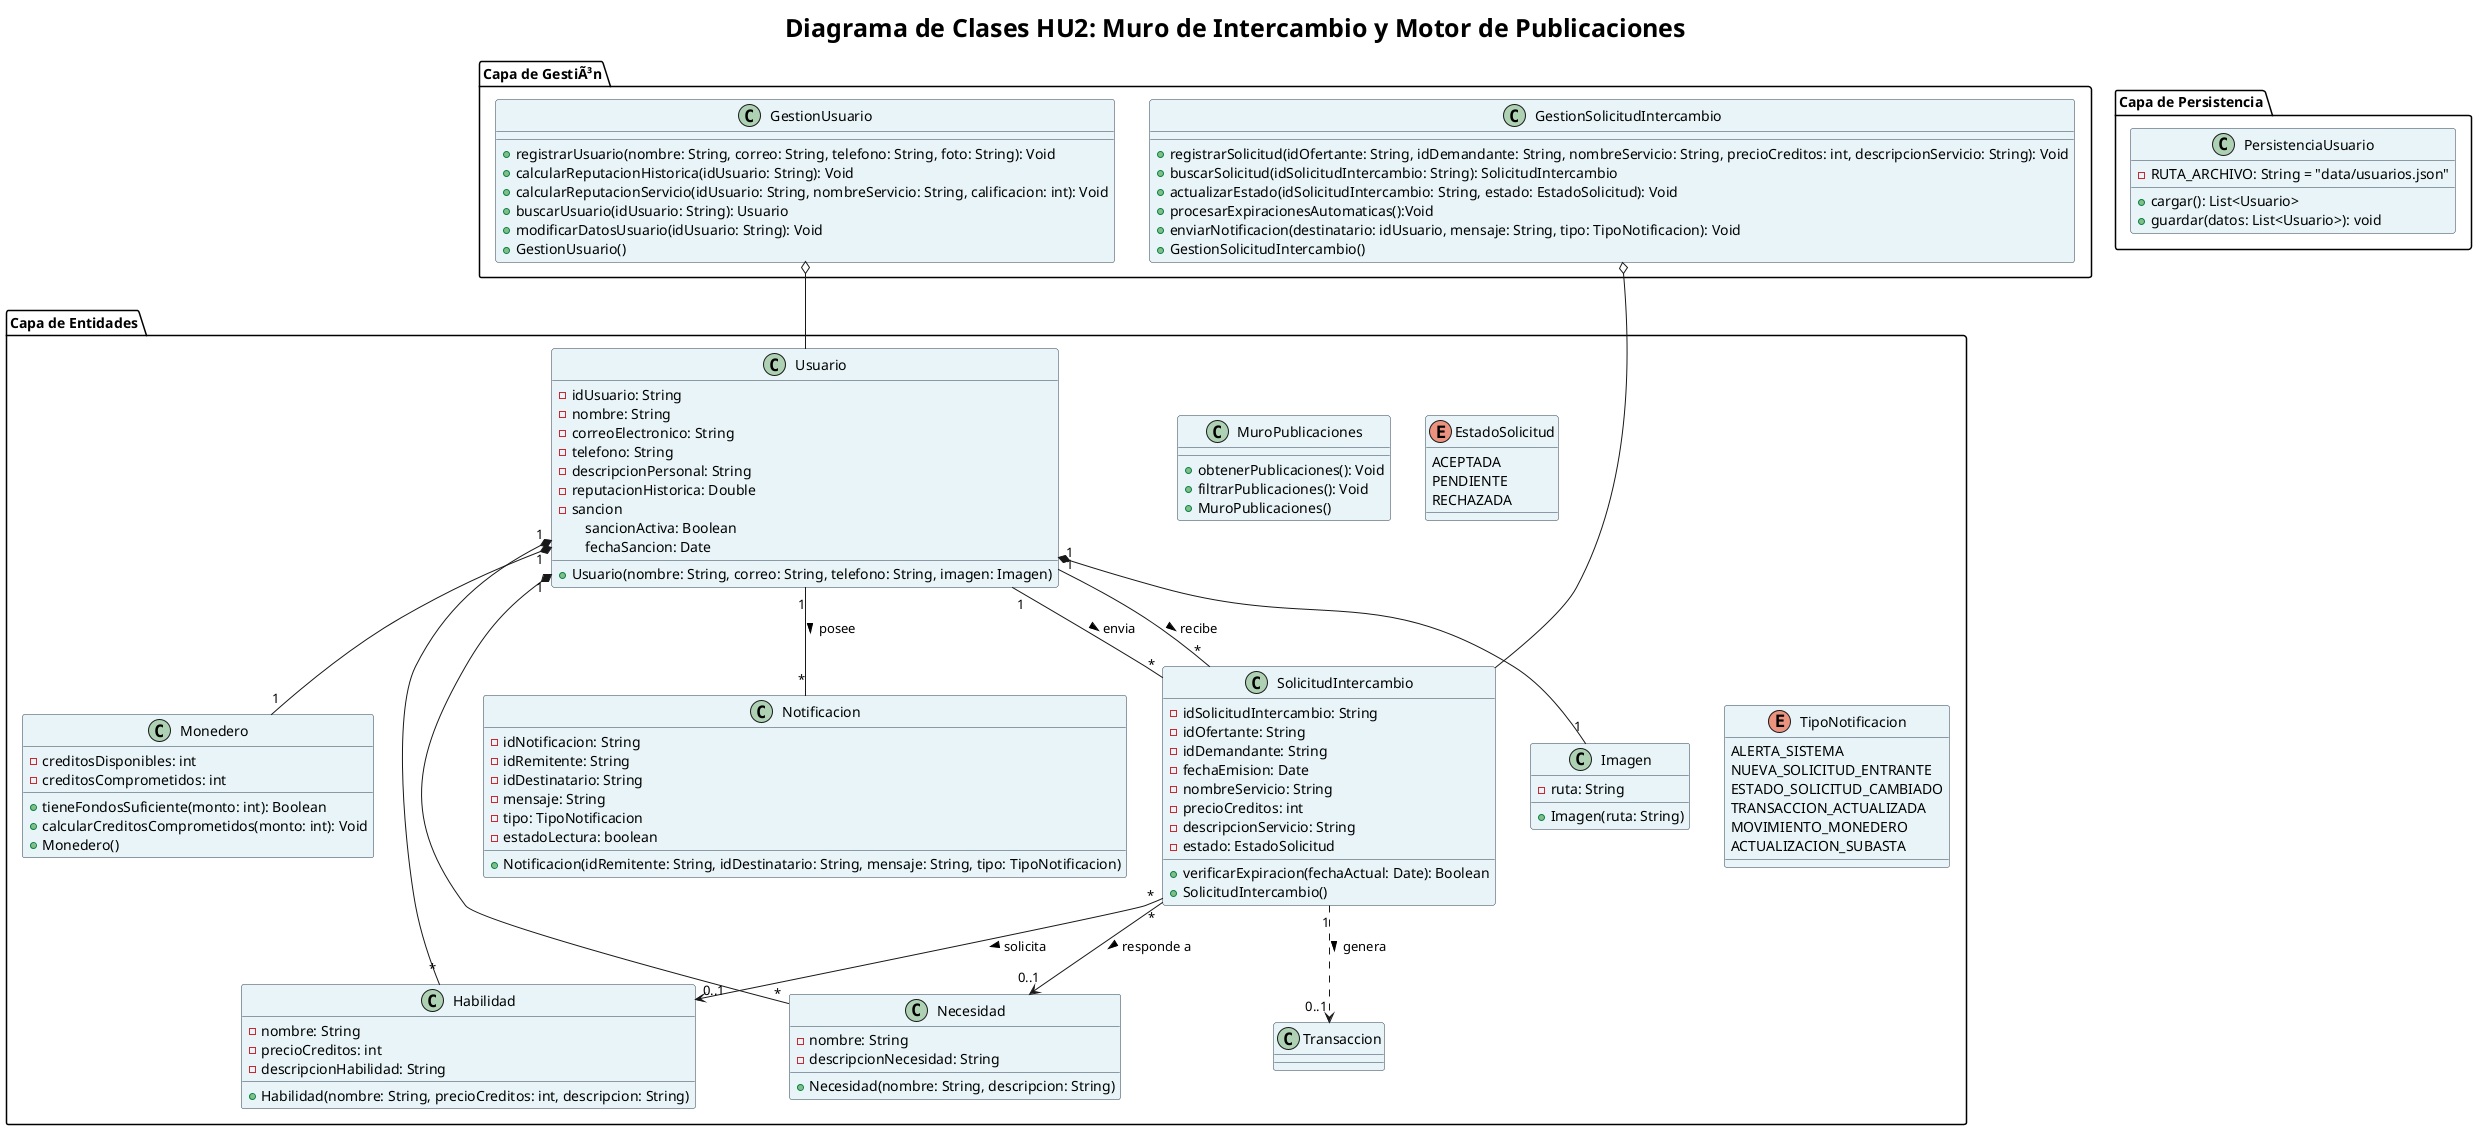
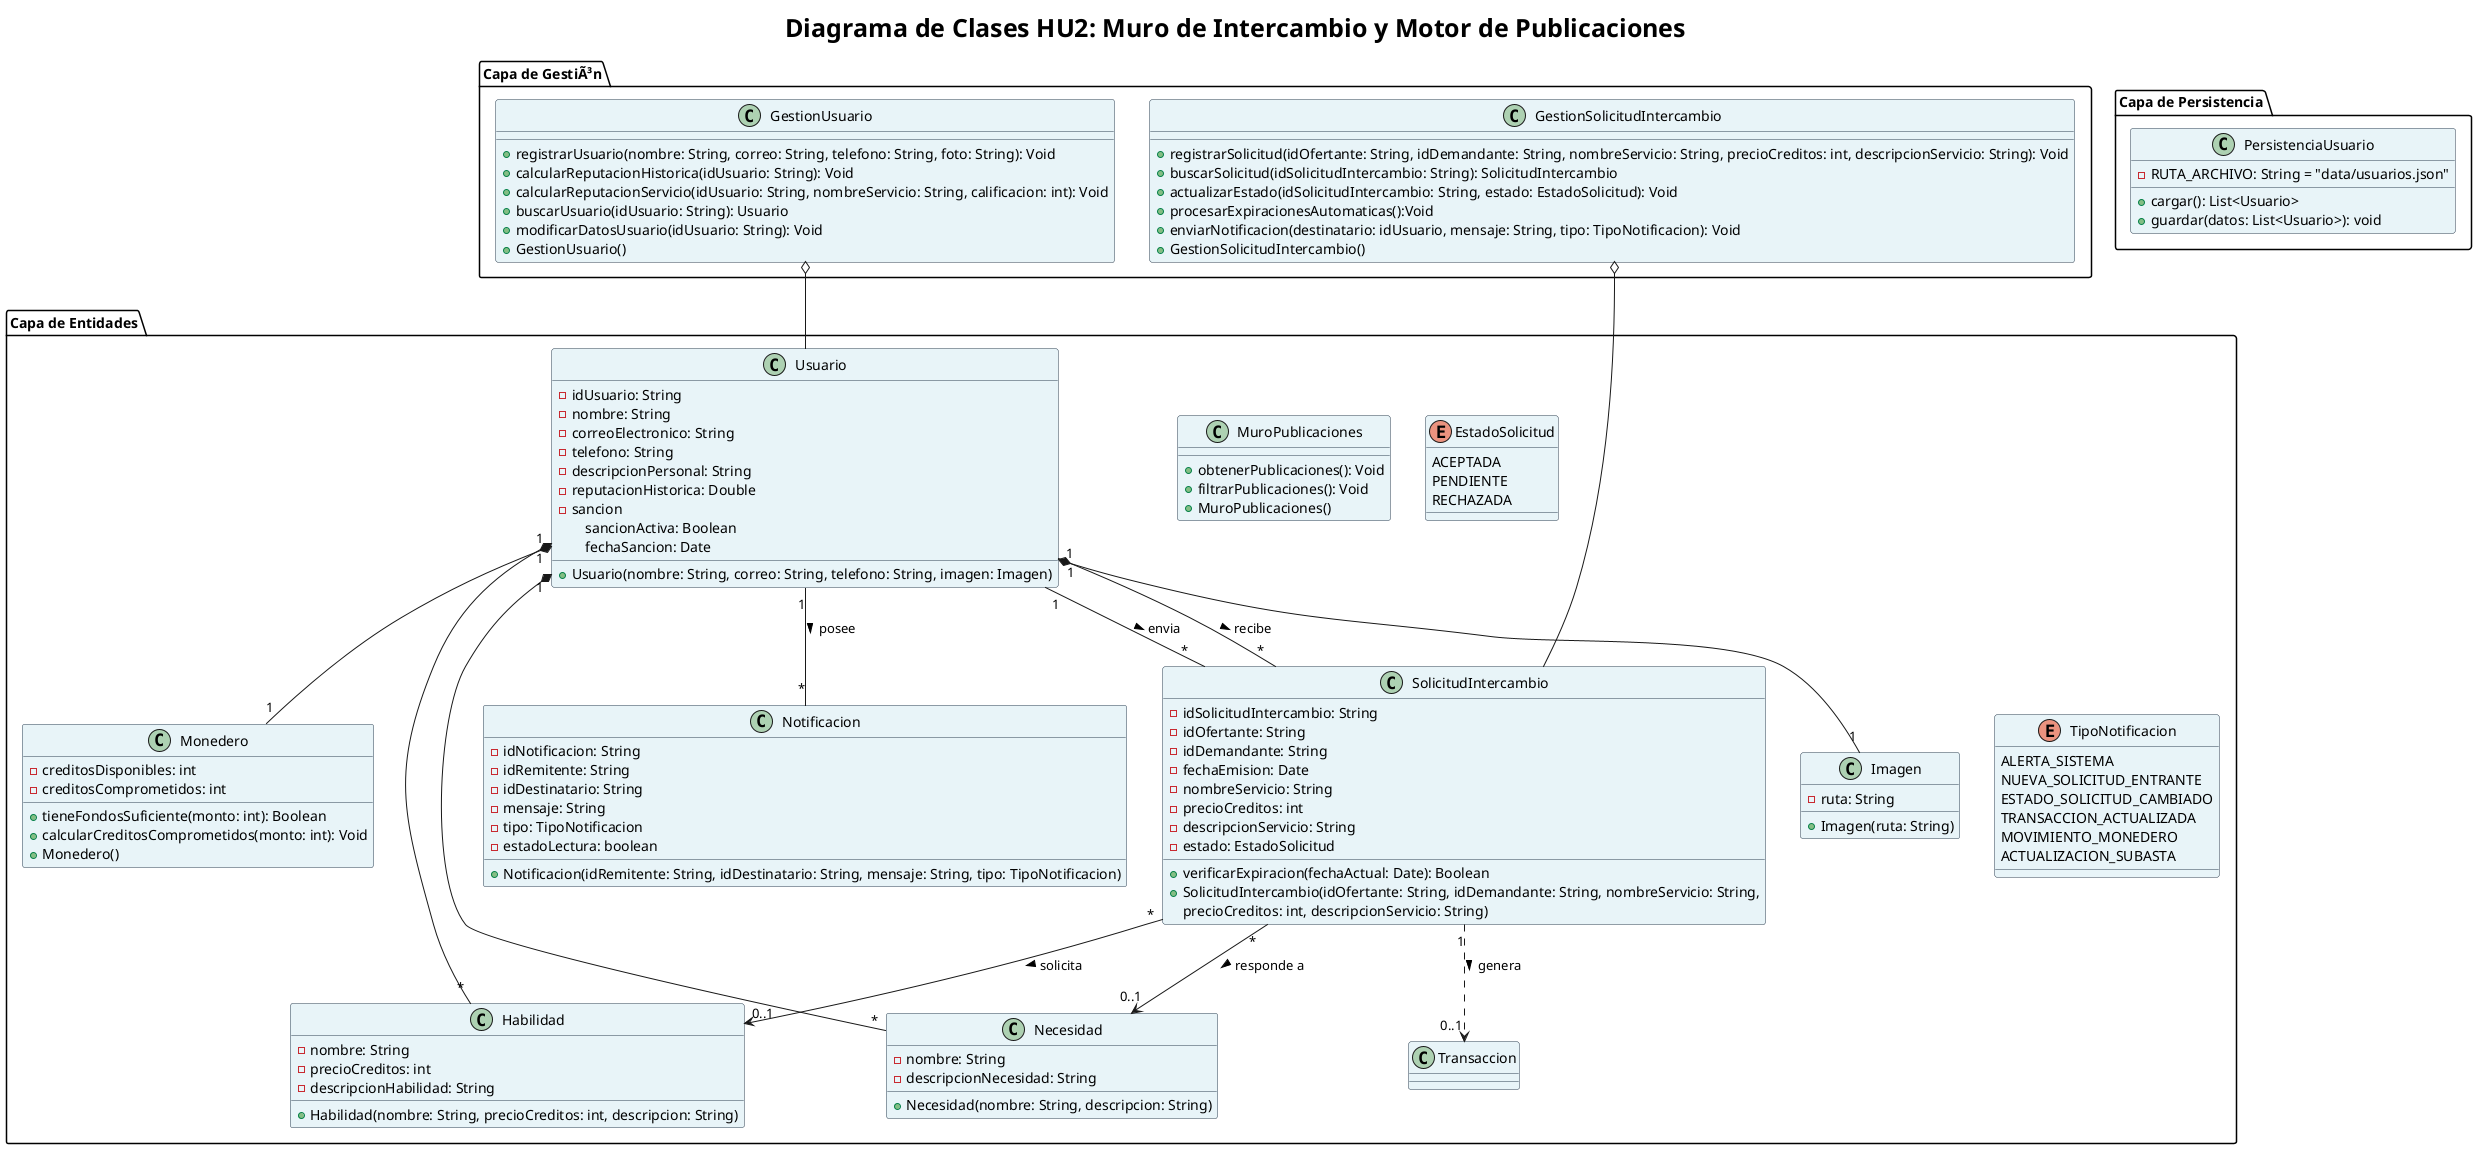
@startuml

skinparam DefaultFontName Arial
skinparam ClassBackgroundColor #E8F4F8
skinparam ClassBorderColor #2C3E50
skinparam noteBackgroundColor #FDEDEC
skinparam noteBorderColor #E74C3C

title <size:25> Diagrama de Clases HU2: Muro de Intercambio y Motor de Publicaciones

package "Capa de Entidades" {

    class Usuario {
        - idUsuario: String
        - nombre: String
        - correoElectronico: String
        - telefono: String
        - descripcionPersonal: String
        - reputacionHistorica: Double
        - sancion
        <space:10> sancionActiva: Boolean
        <space:10> fechaSancion: Date
        + Usuario(nombre: String, correo: String, telefono: String, imagen: Imagen)
    }

    class Monedero {
        - creditosDisponibles: int
        - creditosComprometidos: int
        + tieneFondosSuficiente(monto: int): Boolean
        + calcularCreditosComprometidos(monto: int): Void
        + Monedero()
    }

    class Habilidad {
        - nombre: String
        - precioCreditos: int
        - descripcionHabilidad: String
        + Habilidad(nombre: String, precioCreditos: int, descripcion: String)
    }

    class Necesidad {
        - nombre: String
        - descripcionNecesidad: String
        + Necesidad(nombre: String, descripcion: String)
    }

    class Notificacion {
        - idNotificacion: String
        - idRemitente: String
        - idDestinatario: String
        - mensaje: String
        - tipo: TipoNotificacion
        - estadoLectura: boolean
        + Notificacion(idRemitente: String, idDestinatario: String, mensaje: String, tipo: TipoNotificacion)
    }

    class MuroPublicaciones {
        + obtenerPublicaciones(): Void
        + filtrarPublicaciones(): Void
        + MuroPublicaciones()
    }

    class SolicitudIntercambio {
        - idSolicitudIntercambio: String
        - idOfertante: String
        - idDemandante: String
        - fechaEmision: Date
        - nombreServicio: String
        - precioCreditos: int
        - descripcionServicio: String
        - estado: EstadoSolicitud
        + verificarExpiracion(fechaActual: Date): Boolean
-         + SolicitudIntercambio()
+         + SolicitudIntercambio(idOfertante: String, idDemandante: String, nombreServicio: String,
+         precioCreditos: int, descripcionServicio: String)
    }

    class Imagen {
        - ruta: String
        + Imagen(ruta: String)
    }

    class Transaccion {
    }



    Usuario "1" *-- "1" Monedero
    Usuario "1" *-- "*" Habilidad
    Usuario "1" *-- "*" Necesidad
    Usuario "1" -- "*" SolicitudIntercambio : envia >
    Usuario "1" -- "*" SolicitudIntercambio : recibe >
    SolicitudIntercambio "*" --> "0..1" Habilidad : solicita >
    SolicitudIntercambio "*" --> "0..1" Necesidad : responde a >
    SolicitudIntercambio "1" ..> "0..1" Transaccion : genera >
    Usuario "1" *-- "1" Imagen
    Usuario "1" -- "*" Notificacion : posee >

    enum EstadoSolicitud {
        ACEPTADA
        PENDIENTE
        RECHAZADA
    }

    enum TipoNotificacion {
        ALERTA_SISTEMA
        NUEVA_SOLICITUD_ENTRANTE
        ESTADO_SOLICITUD_CAMBIADO
        TRANSACCION_ACTUALIZADA
        MOVIMIENTO_MONEDERO
        ACTUALIZACION_SUBASTA
    }
}




package "Capa de GestiÃ³n" {

    class GestionUsuario {
        + registrarUsuario(nombre: String, correo: String, telefono: String, foto: String): Void
        + calcularReputacionHistorica(idUsuario: String): Void
        + calcularReputacionServicio(idUsuario: String, nombreServicio: String, calificacion: int): Void
        + buscarUsuario(idUsuario: String): Usuario
        + modificarDatosUsuario(idUsuario: String): Void
        + GestionUsuario()
    }

    class GestionSolicitudIntercambio {
        + registrarSolicitud(idOfertante: String, idDemandante: String, nombreServicio: String, precioCreditos: int, descripcionServicio: String): Void
        + buscarSolicitud(idSolicitudIntercambio: String): SolicitudIntercambio
        + actualizarEstado(idSolicitudIntercambio: String, estado: EstadoSolicitud): Void
        + procesarExpiracionesAutomaticas():Void
        + enviarNotificacion(destinatario: idUsuario, mensaje: String, tipo: TipoNotificacion): Void
        + GestionSolicitudIntercambio()
    }

    GestionSolicitudIntercambio o-- SolicitudIntercambio
    GestionUsuario o-- Usuario
}

package "Capa de Persistencia" {

    class PersistenciaUsuario {
        - RUTA_ARCHIVO: String = "data/usuarios.json"
        + cargar(): List<Usuario>
        + guardar(datos: List<Usuario>): void
    }

}

@enduml